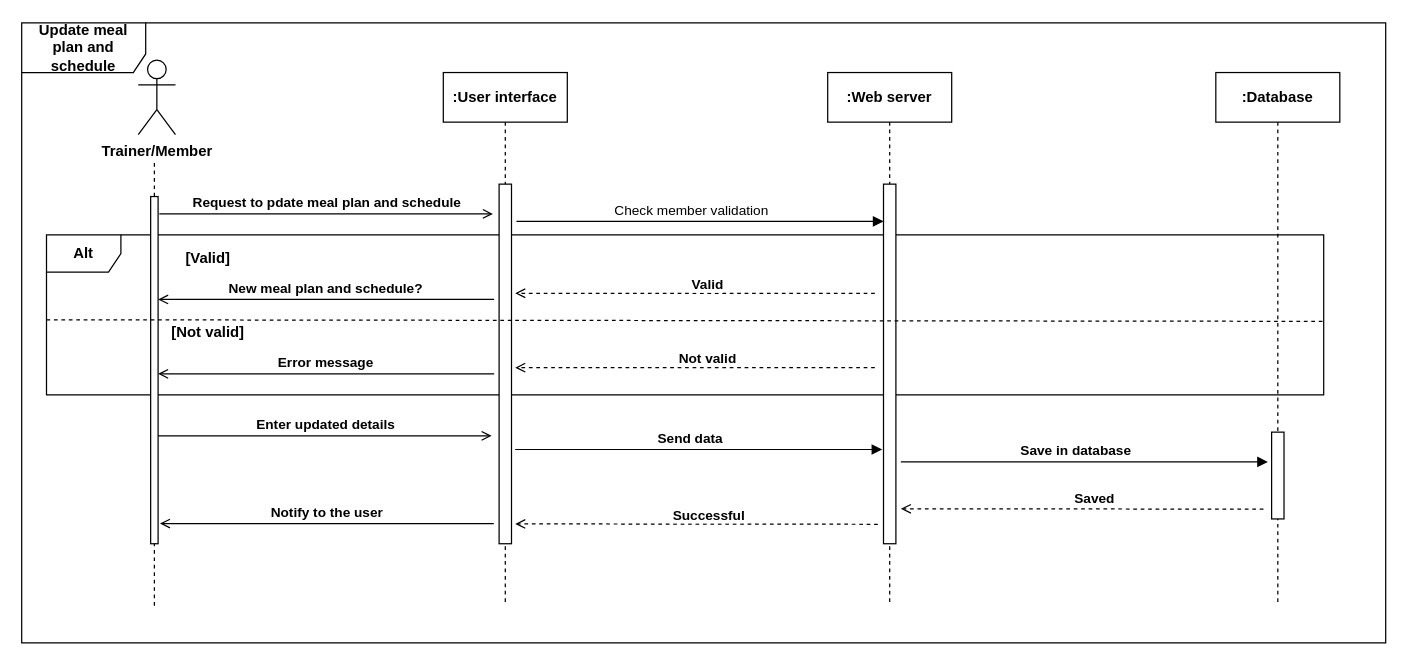
AmilaDissanayake/Group_CS21 keeps this draw.io diagram as page "Update meal plan and schedule" (9 of 13) of Diagram/Sequence Diagram.drawio. Above is the earlier version. Source tidied: cells renumbered, new cells numbered last; positions are measured from the earlier drawing's top-left corner, leaving out a move shared by most shapes. Both pictures are drawn from the tidied source at 124%, with x=0, y=0 at pixel (21, 22).
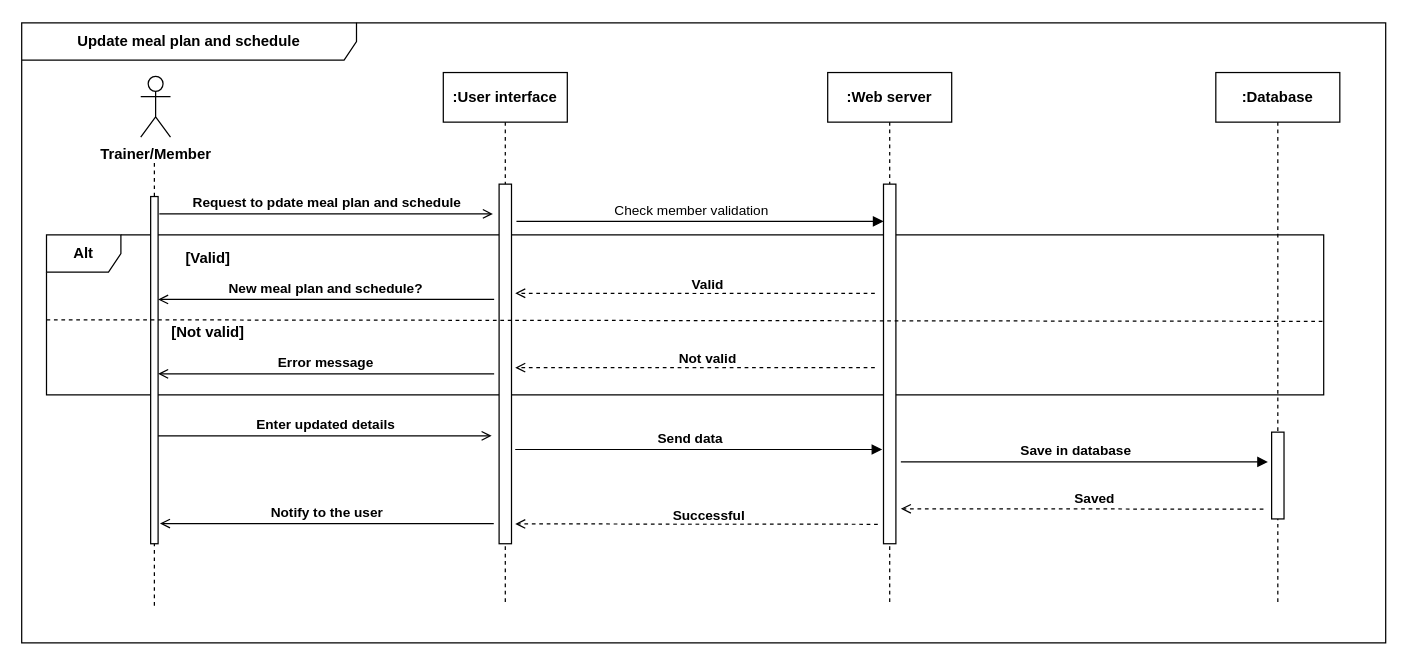
Above is the later version.

What changed in the source:
```diff
@@
-    <mxCell id="2" value="&lt;b&gt;Update meal plan and schedule&lt;/b&gt;" style="shape=umlFrame;whiteSpace=wrap;html=1;width=100;height=40;" parent="1" vertex="1">
+    <mxCell id="2" value="&lt;b&gt;Update meal plan and schedule&lt;/b&gt;" style="shape=umlFrame;whiteSpace=wrap;html=1;width=270;height=30;" parent="1" vertex="1">
       <mxGeometry width="1100" height="500" as="geometry" />
     </mxCell>
@@
     <mxCell id="5" value="&lt;b&gt;Trainer/Member&lt;/b&gt;" style="shape=umlActor;verticalLabelPosition=bottom;verticalAlign=top;html=1;" parent="1" vertex="1">
-      <mxGeometry x="94" y="30" width="30" height="60" as="geometry" />
+      <mxGeometry x="96" y="43" width="24" height="49" as="geometry" />
     </mxCell>
```
